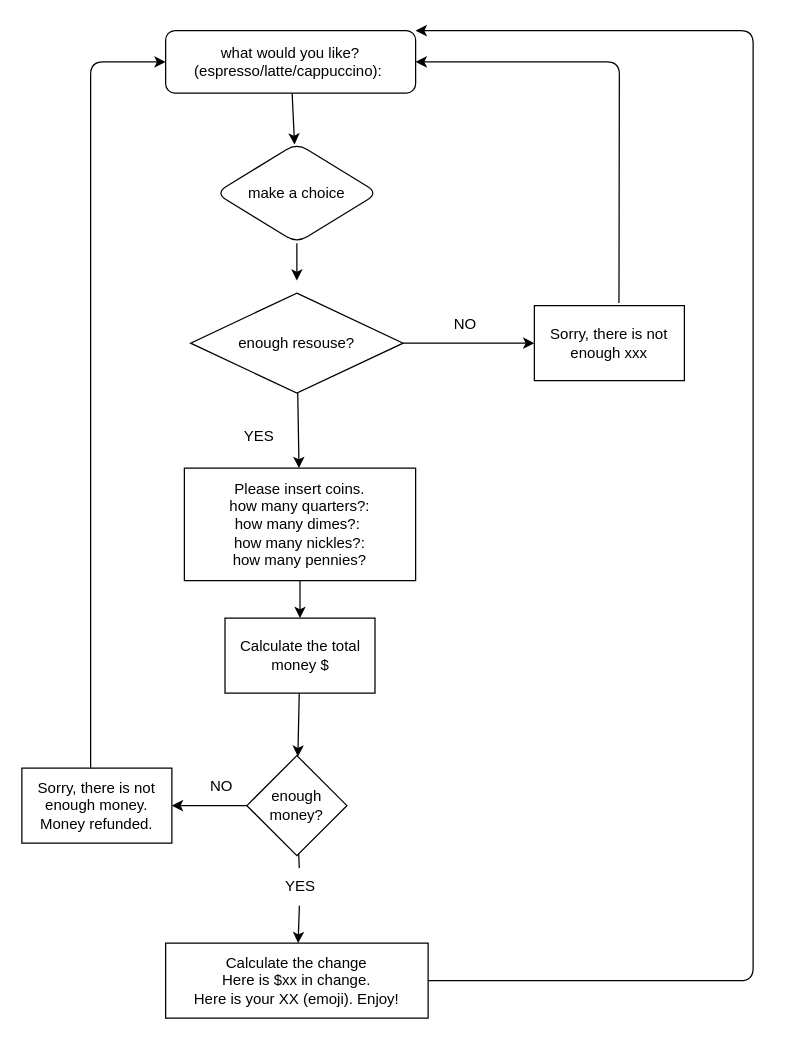
The draw.io diagram coffee_machine/flowchart.drawio in sarah-zhan/python-reviews, before the edit. Source tidied: cells renumbered, new cells numbered last; positions are measured from the earlier drawing's top-left corner, leaving out a move shared by most shapes. Both pictures are drawn from the tidied source at 125%, with x=0, y=0 at pixel (21, 30).
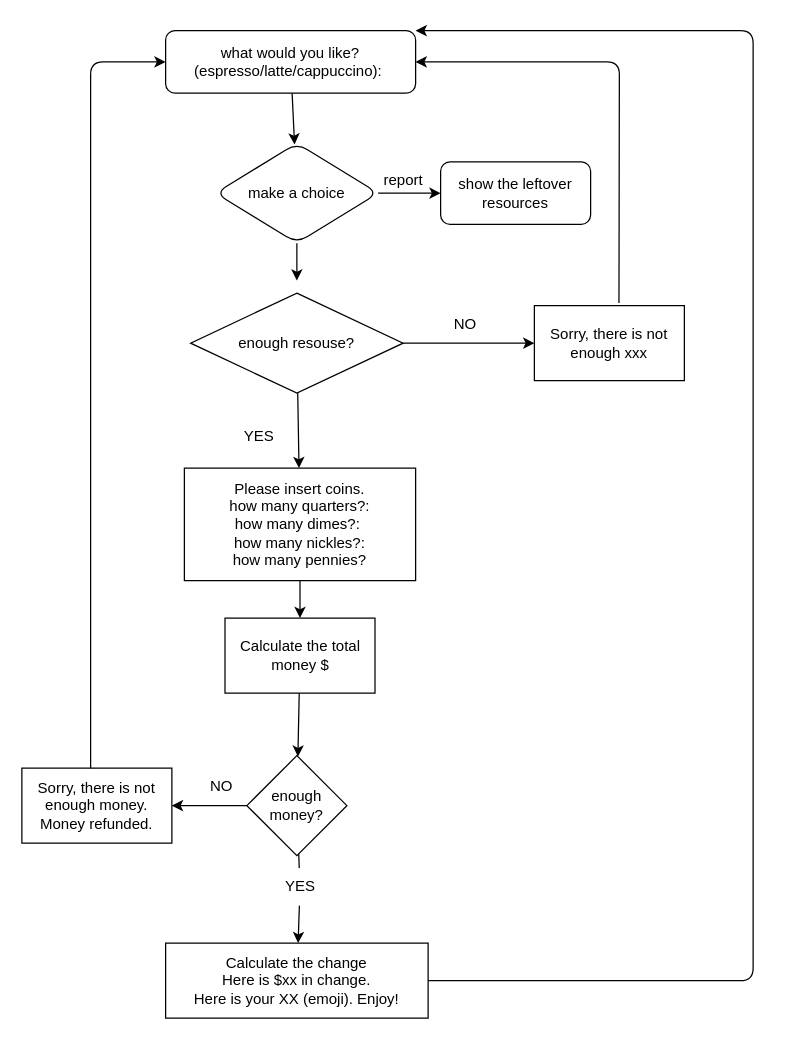
Above is the later version.

Commit message (it also covers changes not shown here):
add show report

Unchanged cells that the change refers to:
```xml
<mxCell id="5" value="make a choice" style="rhombus;whiteSpace=wrap;html=1;rounded=1;" parent="1" vertex="1">
  <mxGeometry x="155" y="90" width="130" height="80" as="geometry" />
</mxCell>
```

The edit, as a diff of the source:
```diff
@@
+    <mxCell id="27" style="edgeStyle=none;html=1;" parent="1" edge="1" source="5" target="28">
+      <mxGeometry relative="1" as="geometry" />
+    </mxCell>
@@
+    <mxCell id="28" value="show the leftover resources" style="whiteSpace=wrap;html=1;rounded=1;" parent="1" vertex="1">
+      <mxGeometry x="335" y="105" width="120" height="50" as="geometry" />
+    </mxCell>
+    <mxCell id="29" value="report" style="text;html=1;align=center;verticalAlign=middle;strokeColor=none;fillColor=none;" parent="1" vertex="1">
+      <mxGeometry x="280" y="105" width="50" height="30" as="geometry" />
+    </mxCell>
```
